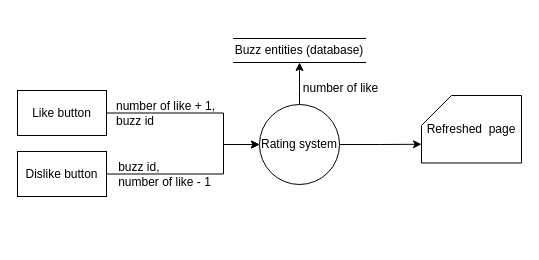
DonaldLamNL/buzzer keeps this draw.io diagram as DFD/Buzzer/Like.drawio. Above is the earlier version. Source tidied: cells renumbered, new cells numbered last; positions are measured from the earlier drawing's top-left corner, leaving out a move shared by most shapes. Both pictures are drawn from the tidied source at 100%, with x=0, y=0 at pixel (17, 38).
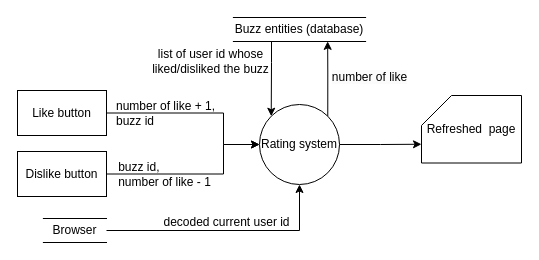
After the change.

The change refers to these unchanged cells:
```xml
<mxCell id="9" value="Rating system" style="ellipse;whiteSpace=wrap;html=1;" parent="1" vertex="1">
  <mxGeometry x="242" y="66" width="80" height="80" as="geometry" />
</mxCell>
<mxCell id="13" value="Refreshed &amp;nbsp;page" style="shape=card;whiteSpace=wrap;html=1;" parent="1" vertex="1">
  <mxGeometry x="404" y="57" width="100" height="67.5" as="geometry" />
</mxCell>
```

What changed in the source:
```diff
@@
+    <mxCell id="14" style="edgeStyle=orthogonalEdgeStyle;rounded=0;jettySize=auto;html=1;exitX=0.25;exitY=1;exitDx=0;exitDy=0;entryX=0;entryY=0;entryDx=0;entryDy=0;" parent="1" edge="1" source="2" target="9">
+      <mxGeometry relative="1" as="geometry">
+        <Array as="points">
+          <mxPoint x="254" y="24" />
+          <mxPoint x="254" y="45" />
+        </Array>
+      </mxGeometry>
+    </mxCell>
     <mxCell id="2" value="Buzz entities&amp;nbsp;(database)" style="shape=partialRectangle;whiteSpace=wrap;html=1;left=0;right=0;fillColor=none;rounded=0;strokeColor=default;fontFamily=Helvetica;fontSize=12;fontColor=default;" parent="1" vertex="1">
-      <mxGeometry x="215.9" width="132.2" height="24" as="geometry" />
+      <mxGeometry x="215.9" y="-21" width="132.2" height="24" as="geometry" />
     </mxCell>
@@
+    <mxCell id="8" style="edgeStyle=orthogonalEdgeStyle;rounded=0;jettySize=auto;html=1;exitX=1;exitY=0.5;exitDx=0;exitDy=0;entryX=0;entryY=0;entryDx=0;entryDy=48.75;entryPerimeter=0;" parent="1" edge="1" source="9" target="13">
+      <mxGeometry relative="1" as="geometry" />
+    </mxCell>
-    <mxCell id="7" style="edgeStyle=orthogonalEdgeStyle;rounded=0;jettySize=auto;html=1;exitX=0.5;exitY=0;exitDx=0;exitDy=0;entryX=0.5;entryY=1;entryDx=0;entryDy=0;" parent="1" edge="1" source="9" target="2">
+    <mxCell id="7" style="edgeStyle=orthogonalEdgeStyle;rounded=0;jettySize=auto;html=1;exitX=1;exitY=0;exitDx=0;exitDy=0;entryX=0.713;entryY=0.994;entryDx=0;entryDy=0;entryPerimeter=0;" parent="1" edge="1" source="9" target="2">
       <mxGeometry relative="1" as="geometry" />
     </mxCell>
-    <mxCell id="8" style="edgeStyle=orthogonalEdgeStyle;rounded=0;jettySize=auto;html=1;exitX=1;exitY=0.5;exitDx=0;exitDy=0;entryX=0;entryY=0;entryDx=0;entryDy=48.75;entryPerimeter=0;" parent="1" edge="1" source="9" target="13">
-      <mxGeometry relative="1" as="geometry" />
-    </mxCell>
@@
-    <mxCell id="12" value="number of like" style="text;html=1;align=center;verticalAlign=middle;strokeColor=none;fillColor=none;" parent="1" vertex="1">
-      <mxGeometry x="276" y="37" width="93" height="26" as="geometry" />
+    <mxCell id="12" value="&lt;span style=&quot;caret-color: rgb(0, 0, 0); color: rgb(0, 0, 0); font-family: Helvetica; font-size: 12px; font-style: normal; font-variant-caps: normal; font-weight: 400; letter-spacing: normal; text-align: center; text-indent: 0px; text-transform: none; word-spacing: 0px; -webkit-text-stroke-width: 0px; background-color: rgb(251, 251, 251); text-decoration: none; float: none; display: inline !important;&quot;&gt;number of like&lt;/span&gt;" style="text;html=1;align=center;verticalAlign=middle;strokeColor=none;fillColor=none;" parent="1" vertex="1">
+      <mxGeometry x="305" y="26" width="93" height="26" as="geometry" />
     </mxCell>
@@
+    <mxCell id="15" style="edgeStyle=orthogonalEdgeStyle;rounded=0;jettySize=auto;html=1;exitX=1;exitY=0.5;exitDx=0;exitDy=0;entryX=0.5;entryY=1;entryDx=0;entryDy=0;" parent="1" edge="1" source="16" target="9">
+      <mxGeometry relative="1" as="geometry" />
+    </mxCell>
+    <mxCell id="16" value="Browser" style="shape=partialRectangle;whiteSpace=wrap;html=1;left=0;right=0;fillColor=none;rounded=0;strokeColor=default;fontFamily=Helvetica;fontSize=12;fontColor=default;" parent="1" vertex="1">
+      <mxGeometry x="25.9" y="180" width="63.1" height="24" as="geometry" />
+    </mxCell>
+    <mxCell id="17" value="decoded current user id" style="text;html=1;align=center;verticalAlign=middle;strokeColor=none;fillColor=none;" parent="1" vertex="1">
+      <mxGeometry x="137" y="171" width="144" height="26" as="geometry" />
+    </mxCell>
+    <mxCell id="18" value="list of user id whose&lt;br&gt;liked/disliked the buzz" style="text;html=1;align=center;verticalAlign=middle;strokeColor=none;fillColor=none;" parent="1" vertex="1">
+      <mxGeometry x="125" y="3" width="135" height="40" as="geometry" />
+    </mxCell>
```
